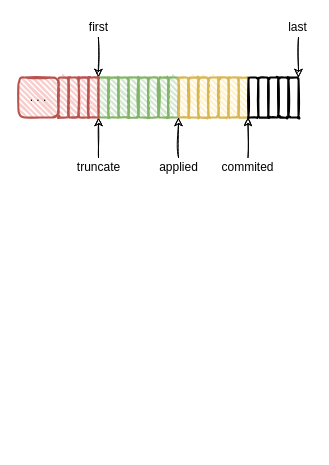
This is consensus/raft.drawio from EarthWind/deeparch, a draw.io file, before an edit. Source tidied: cells renumbered, new cells numbered last; positions are measured from the earlier drawing's top-left corner, leaving out a move shared by most shapes. Both pictures are drawn from the tidied source at 100%, with x=0, y=0 at pixel (18, 17).
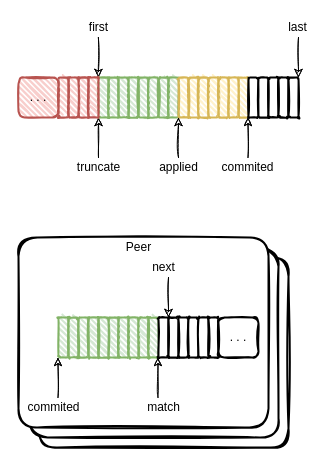
Above is the later version.

The edit, as a diff of the source:
```diff
@@
+    <mxCell id="37" style="rounded=1;whiteSpace=wrap;html=1;strokeWidth=2;fillWeight=2;hachureGap=4;hachureAngle=45;sketch=1;arcSize=10;" parent="1" vertex="1">
+      <mxGeometry x="20" y="240" width="250" height="190" as="geometry" />
+    </mxCell>
+    <mxCell id="38" style="rounded=1;whiteSpace=wrap;html=1;strokeWidth=2;fillWeight=2;hachureGap=4;hachureAngle=45;sketch=1;arcSize=10;" parent="1" vertex="1">
+      <mxGeometry x="10" y="230" width="250" height="190" as="geometry" />
+    </mxCell>
+    <mxCell id="39" style="rounded=1;whiteSpace=wrap;html=1;strokeWidth=2;fillWeight=2;hachureGap=4;hachureAngle=45;sketch=1;arcSize=10;" parent="1" vertex="1">
+      <mxGeometry y="220" width="250" height="190" as="geometry" />
+    </mxCell>
@@
+    <mxCell id="40" style="rounded=1;whiteSpace=wrap;html=1;strokeWidth=2;fillWeight=2;hachureGap=4;hachureAngle=45;sketch=1;fillColor=#d5e8d4;strokeColor=#82b366;" parent="1" vertex="1">
+      <mxGeometry x="40" y="300" width="10" height="40" as="geometry" />
+    </mxCell>
+    <mxCell id="41" style="rounded=1;whiteSpace=wrap;html=1;strokeWidth=2;fillWeight=2;hachureGap=4;hachureAngle=45;sketch=1;fillColor=#d5e8d4;strokeColor=#82b366;" parent="1" vertex="1">
+      <mxGeometry x="50" y="300" width="10" height="40" as="geometry" />
+    </mxCell>
+    <mxCell id="42" style="rounded=1;whiteSpace=wrap;html=1;strokeWidth=2;fillWeight=2;hachureGap=4;hachureAngle=45;sketch=1;fillColor=#d5e8d4;strokeColor=#82b366;" parent="1" vertex="1">
+      <mxGeometry x="60" y="300" width="10" height="40" as="geometry" />
+    </mxCell>
+    <mxCell id="43" style="rounded=1;whiteSpace=wrap;html=1;strokeWidth=2;fillWeight=2;hachureGap=4;hachureAngle=45;sketch=1;fillColor=#d5e8d4;strokeColor=#82b366;" parent="1" vertex="1">
+      <mxGeometry x="70" y="300" width="10" height="40" as="geometry" />
+    </mxCell>
+    <mxCell id="44" style="rounded=1;whiteSpace=wrap;html=1;strokeWidth=2;fillWeight=2;hachureGap=4;hachureAngle=45;sketch=1;fillColor=#d5e8d4;strokeColor=#82b366;" parent="1" vertex="1">
+      <mxGeometry x="80" y="300" width="10" height="40" as="geometry" />
+    </mxCell>
+    <mxCell id="45" style="rounded=1;whiteSpace=wrap;html=1;strokeWidth=2;fillWeight=2;hachureGap=4;hachureAngle=45;sketch=1;fillColor=#d5e8d4;strokeColor=#82b366;" parent="1" vertex="1">
+      <mxGeometry x="90" y="300" width="10" height="40" as="geometry" />
+    </mxCell>
+    <mxCell id="46" style="rounded=1;whiteSpace=wrap;html=1;strokeWidth=2;fillWeight=2;hachureGap=4;hachureAngle=45;sketch=1;fillColor=#d5e8d4;strokeColor=#82b366;" parent="1" vertex="1">
+      <mxGeometry x="100" y="300" width="10" height="40" as="geometry" />
+    </mxCell>
+    <mxCell id="47" style="rounded=1;whiteSpace=wrap;html=1;strokeWidth=2;fillWeight=2;hachureGap=4;hachureAngle=45;sketch=1;fillColor=#d5e8d4;strokeColor=#82b366;" parent="1" vertex="1">
+      <mxGeometry x="110" y="300" width="10" height="40" as="geometry" />
+    </mxCell>
+    <mxCell id="48" style="rounded=1;whiteSpace=wrap;html=1;strokeWidth=2;fillWeight=2;hachureGap=4;hachureAngle=45;sketch=1;fillColor=#d5e8d4;strokeColor=#82b366;" parent="1" vertex="1">
+      <mxGeometry x="120" y="300" width="10" height="40" as="geometry" />
+    </mxCell>
+    <mxCell id="49" style="rounded=1;whiteSpace=wrap;html=1;strokeWidth=2;fillWeight=2;hachureGap=4;hachureAngle=45;sketch=1;fillColor=#d5e8d4;strokeColor=#82b366;" parent="1" vertex="1">
+      <mxGeometry x="130" y="300" width="10" height="40" as="geometry" />
+    </mxCell>
+    <mxCell id="50" style="rounded=1;whiteSpace=wrap;html=1;strokeWidth=2;fillWeight=2;hachureGap=4;hachureAngle=45;sketch=1;" parent="1" vertex="1">
+      <mxGeometry x="140" y="300" width="10" height="40" as="geometry" />
+    </mxCell>
+    <mxCell id="51" style="rounded=1;whiteSpace=wrap;html=1;strokeWidth=2;fillWeight=2;hachureGap=4;hachureAngle=45;sketch=1;" parent="1" vertex="1">
+      <mxGeometry x="150" y="300" width="10" height="40" as="geometry" />
+    </mxCell>
+    <mxCell id="52" style="rounded=1;whiteSpace=wrap;html=1;strokeWidth=2;fillWeight=2;hachureGap=4;hachureAngle=45;sketch=1;" parent="1" vertex="1">
+      <mxGeometry x="160" y="300" width="10" height="40" as="geometry" />
+    </mxCell>
+    <mxCell id="53" style="rounded=1;whiteSpace=wrap;html=1;strokeWidth=2;fillWeight=2;hachureGap=4;hachureAngle=45;sketch=1;" parent="1" vertex="1">
+      <mxGeometry x="170" y="300" width="10" height="40" as="geometry" />
+    </mxCell>
+    <mxCell id="54" style="rounded=1;whiteSpace=wrap;html=1;strokeWidth=2;fillWeight=2;hachureGap=4;hachureAngle=45;sketch=1;" parent="1" vertex="1">
+      <mxGeometry x="180" y="300" width="10" height="40" as="geometry" />
+    </mxCell>
+    <mxCell id="55" style="rounded=1;whiteSpace=wrap;html=1;strokeWidth=2;fillWeight=2;hachureGap=4;hachureAngle=45;sketch=1;" parent="1" vertex="1">
+      <mxGeometry x="190" y="300" width="10" height="40" as="geometry" />
+    </mxCell>
+    <mxCell id="56" style="endArrow=classic;html=1;sketch=1;" parent="1" edge="1">
+      <mxGeometry relative="1" as="geometry">
+        <mxPoint x="39.5" y="380" as="sourcePoint" />
+        <mxPoint x="39.5" y="340" as="targetPoint" />
+      </mxGeometry>
+    </mxCell>
+    <mxCell id="57" value="commited" style="text;html=1;align=center;verticalAlign=middle;strokeColor=none;fillColor=none;" parent="1" vertex="1">
+      <mxGeometry y="380" width="70" height="20" as="geometry" />
+    </mxCell>
+    <mxCell id="58" style="endArrow=classic;html=1;sketch=1;" parent="1" edge="1">
+      <mxGeometry relative="1" as="geometry">
+        <mxPoint x="139.5" y="380" as="sourcePoint" />
+        <mxPoint x="139.5" y="340" as="targetPoint" />
+      </mxGeometry>
+    </mxCell>
+    <mxCell id="59" value="match" style="text;html=1;align=center;verticalAlign=middle;strokeColor=none;fillColor=none;" parent="1" vertex="1">
+      <mxGeometry x="120" y="380" width="50" height="20" as="geometry" />
+    </mxCell>
+    <mxCell id="60" style="endArrow=none;html=1;sketch=1;endFill=0;startArrow=classic;startFill=1;" parent="1" edge="1">
+      <mxGeometry relative="1" as="geometry">
+        <mxPoint x="150" y="300" as="sourcePoint" />
+        <mxPoint x="150" y="260" as="targetPoint" />
+      </mxGeometry>
+    </mxCell>
+    <mxCell id="61" value="next" style="text;html=1;align=center;verticalAlign=middle;strokeColor=none;fillColor=none;" parent="1" vertex="1">
+      <mxGeometry x="125" y="240" width="40" height="20" as="geometry" />
+    </mxCell>
+    <mxCell id="62" value=". . ." style="rounded=1;whiteSpace=wrap;html=1;strokeWidth=2;fillWeight=2;hachureGap=4;hachureAngle=45;sketch=1;" parent="1" vertex="1">
+      <mxGeometry x="200" y="300" width="40" height="40" as="geometry" />
+    </mxCell>
+    <mxCell id="63" value="Peer" style="text;html=1;align=center;verticalAlign=middle;strokeColor=none;fillColor=none;" parent="1" vertex="1">
+      <mxGeometry x="100" y="220" width="40" height="20" as="geometry" />
+    </mxCell>
```
